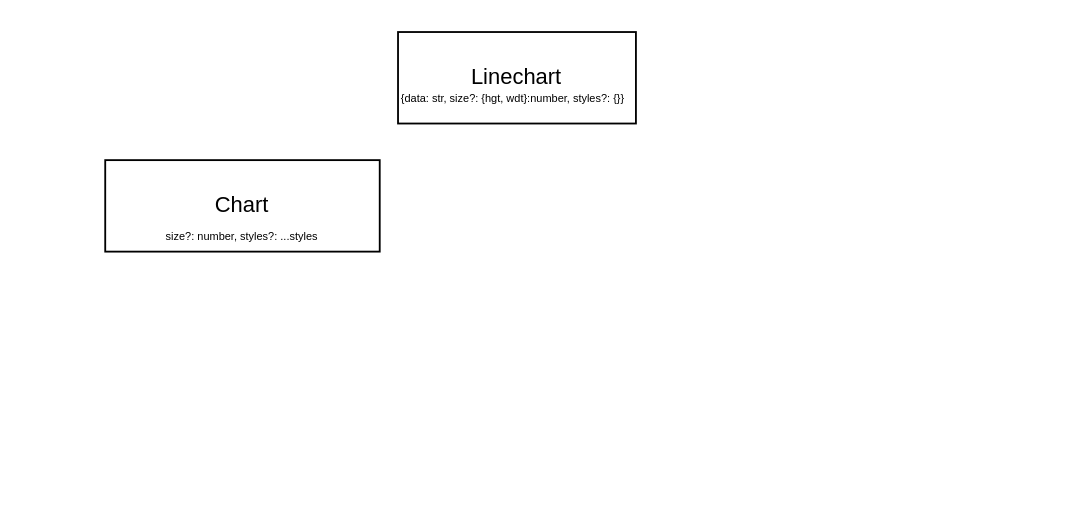
This is ChartComponents.drawio from HenryVag/draw.io, a draw.io file, before an edit. Source tidied: cells renumbered, new cells numbered last; positions are measured from the earlier drawing's top-left corner, leaving out a move shared by most shapes. Both pictures are drawn from the tidied source at 183%, with x=0, y=0 at pixel (104, 31).
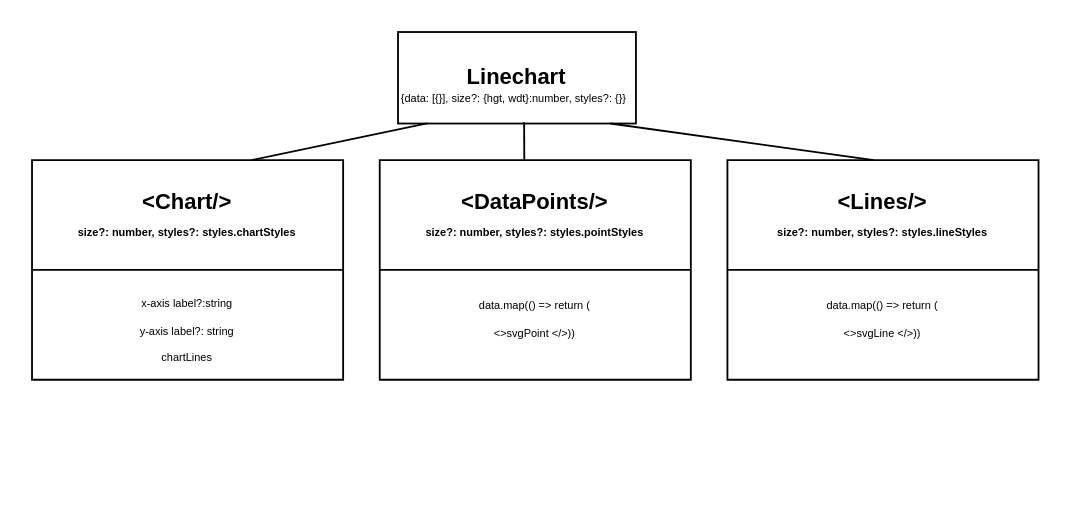
Above is the later version.

What changed in the source:
```diff
@@
 <mxGraphModel>
   <root>
     <mxCell id="0" />
     <mxCell id="1" parent="0" />
-    <mxCell id="2" value="Linechart" style="rounded=0;whiteSpace=wrap;html=1;" parent="1" vertex="1">
+    <mxCell id="2" value="&lt;b&gt;Linechart&lt;/b&gt;" style="rounded=0;whiteSpace=wrap;html=1;" parent="1" vertex="1">
       <mxGeometry x="160" width="130" height="50" as="geometry" />
     </mxCell>
-    <mxCell id="3" value="&lt;div align=&quot;left&quot;&gt;&lt;font style=&quot;font-size: 6px;&quot;&gt;{data: str, size?: {hgt, wdt}:number, styles?: {}}&lt;/font&gt;&lt;/div&gt;" style="text;html=1;whiteSpace=wrap;strokeColor=none;fillColor=none;align=left;verticalAlign=middle;rounded=0;" parent="1" vertex="1">
+    <mxCell id="3" value="&lt;div align=&quot;left&quot;&gt;&lt;font style=&quot;font-size: 6px;&quot;&gt;{data: [{}], size?: {hgt, wdt}:number, styles?: {}}&lt;/font&gt;&lt;/div&gt;" style="text;html=1;whiteSpace=wrap;strokeColor=none;fillColor=none;align=left;verticalAlign=middle;rounded=0;" parent="1" vertex="1">
       <mxGeometry x="160" y="30" width="130" height="10" as="geometry" />
     </mxCell>
-    <mxCell id="4" value="Chart" style="rounded=0;whiteSpace=wrap;html=1;" parent="1" vertex="1">
-      <mxGeometry y="70" width="150" height="50" as="geometry" />
-    </mxCell>
-    <mxCell id="5" value="&lt;font style=&quot;font-size: 6px;&quot;&gt;size?: number, styles?: ...styles&lt;/font&gt;" style="text;html=1;whiteSpace=wrap;strokeColor=none;fillColor=none;align=center;verticalAlign=middle;rounded=0;" parent="1" vertex="1">
-      <mxGeometry y="100" width="150" height="20" as="geometry" />
-    </mxCell>
+    <mxCell id="6" style="endArrow=none;html=1;rounded=0;entryX=0.122;entryY=0.998;entryDx=0;entryDy=0;entryPerimeter=0;" parent="1" edge="1" target="2">
+      <mxGeometry relative="1" as="geometry">
+        <mxPoint x="80" y="70" as="sourcePoint" />
+      </mxGeometry>
+    </mxCell>
+    <mxCell id="7" style="endArrow=none;html=1;rounded=0;entryX=0.53;entryY=0.987;entryDx=0;entryDy=0;entryPerimeter=0;" parent="1" edge="1" target="2">
+      <mxGeometry relative="1" as="geometry">
+        <mxPoint x="229" y="70" as="sourcePoint" />
+      </mxGeometry>
+    </mxCell>
+    <mxCell id="8" style="endArrow=none;html=1;rounded=0;" parent="1" edge="1">
+      <mxGeometry relative="1" as="geometry">
+        <mxPoint x="420" y="70" as="sourcePoint" />
+        <mxPoint x="276" y="50" as="targetPoint" />
+      </mxGeometry>
+    </mxCell>
+    <mxCell id="9" value="&lt;div&gt;&amp;lt;Lines/&amp;gt;&lt;/div&gt;&lt;div&gt;&lt;font style=&quot;font-size: 6px;&quot;&gt;size?: number, styles?: styles.lineStyles&lt;/font&gt;&lt;/div&gt;" style="swimlane;whiteSpace=wrap;html=1;startSize=60;" parent="1" vertex="1">
+      <mxGeometry x="340" y="70" width="170" height="120" as="geometry" />
+    </mxCell>
+    <mxCell id="10" value="&lt;div&gt;&lt;font style=&quot;font-size: 6px;&quot;&gt;data.map(() =&amp;gt; return (&lt;/font&gt;&lt;/div&gt;&lt;div&gt;&lt;font style=&quot;font-size: 6px;&quot;&gt;&amp;lt;&amp;gt;svgLine &amp;lt;/&amp;gt;))&lt;/font&gt;&lt;/div&gt;" style="text;html=1;whiteSpace=wrap;strokeColor=none;fillColor=none;align=center;verticalAlign=middle;rounded=0;" parent="9" vertex="1">
+      <mxGeometry x="20" y="70" width="130" height="30" as="geometry" />
+    </mxCell>
+    <mxCell id="11" value="&lt;div&gt;&amp;lt;DataPoints/&amp;gt;&lt;/div&gt;&lt;div&gt;&lt;font style=&quot;font-size: 6px;&quot;&gt;size?: number, styles?: styles.pointStyles&lt;/font&gt;&lt;/div&gt;" style="swimlane;whiteSpace=wrap;html=1;startSize=60;" parent="1" vertex="1">
+      <mxGeometry x="150" y="70" width="170" height="120" as="geometry" />
+    </mxCell>
+    <mxCell id="12" value="&lt;div&gt;&lt;font style=&quot;font-size: 6px;&quot;&gt;data.map(() =&amp;gt; return (&lt;/font&gt;&lt;/div&gt;&lt;div&gt;&lt;font style=&quot;font-size: 6px;&quot;&gt;&amp;lt;&amp;gt;svgPoint &amp;lt;/&amp;gt;))&lt;/font&gt;&lt;/div&gt;" style="text;html=1;whiteSpace=wrap;strokeColor=none;fillColor=none;align=center;verticalAlign=middle;rounded=0;" parent="11" vertex="1">
+      <mxGeometry x="20" y="70" width="130" height="30" as="geometry" />
+    </mxCell>
+    <mxCell id="13" value="&lt;div&gt;&amp;lt;Chart/&amp;gt;&lt;/div&gt;&lt;div&gt;&lt;font style=&quot;font-size: 6px;&quot;&gt;size?: number, styles?: styles.chartStyles&lt;/font&gt;&lt;/div&gt;" style="swimlane;whiteSpace=wrap;html=1;startSize=60;" parent="1" vertex="1">
+      <mxGeometry x="-40" y="70" width="170" height="120" as="geometry" />
+    </mxCell>
+    <mxCell id="14" value="&lt;div&gt;&lt;font style=&quot;font-size: 6px;&quot;&gt;x-axis label?:string&lt;/font&gt;&lt;/div&gt;&lt;div&gt;&lt;font style=&quot;font-size: 6px;&quot;&gt;y-axis label?: string&lt;/font&gt;&lt;/div&gt;&lt;div&gt;&lt;font style=&quot;font-size: 6px;&quot;&gt;chartLines&lt;/font&gt;&lt;/div&gt;&lt;div&gt;&lt;font size=&quot;3&quot;&gt;&lt;br&gt;&lt;/font&gt;&lt;/div&gt;&lt;div&gt;&lt;font size=&quot;3&quot;&gt;&lt;br&gt;&lt;/font&gt;&lt;/div&gt;&lt;div&gt;&lt;font size=&quot;3&quot;&gt;&lt;br&gt;&lt;/font&gt;&lt;/div&gt;" style="text;html=1;whiteSpace=wrap;strokeColor=none;fillColor=none;align=center;verticalAlign=middle;rounded=0;" parent="13" vertex="1">
+      <mxGeometry x="20" y="60" width="130" height="120" as="geometry" />
+    </mxCell>
   </root>
 </mxGraphModel>
```
